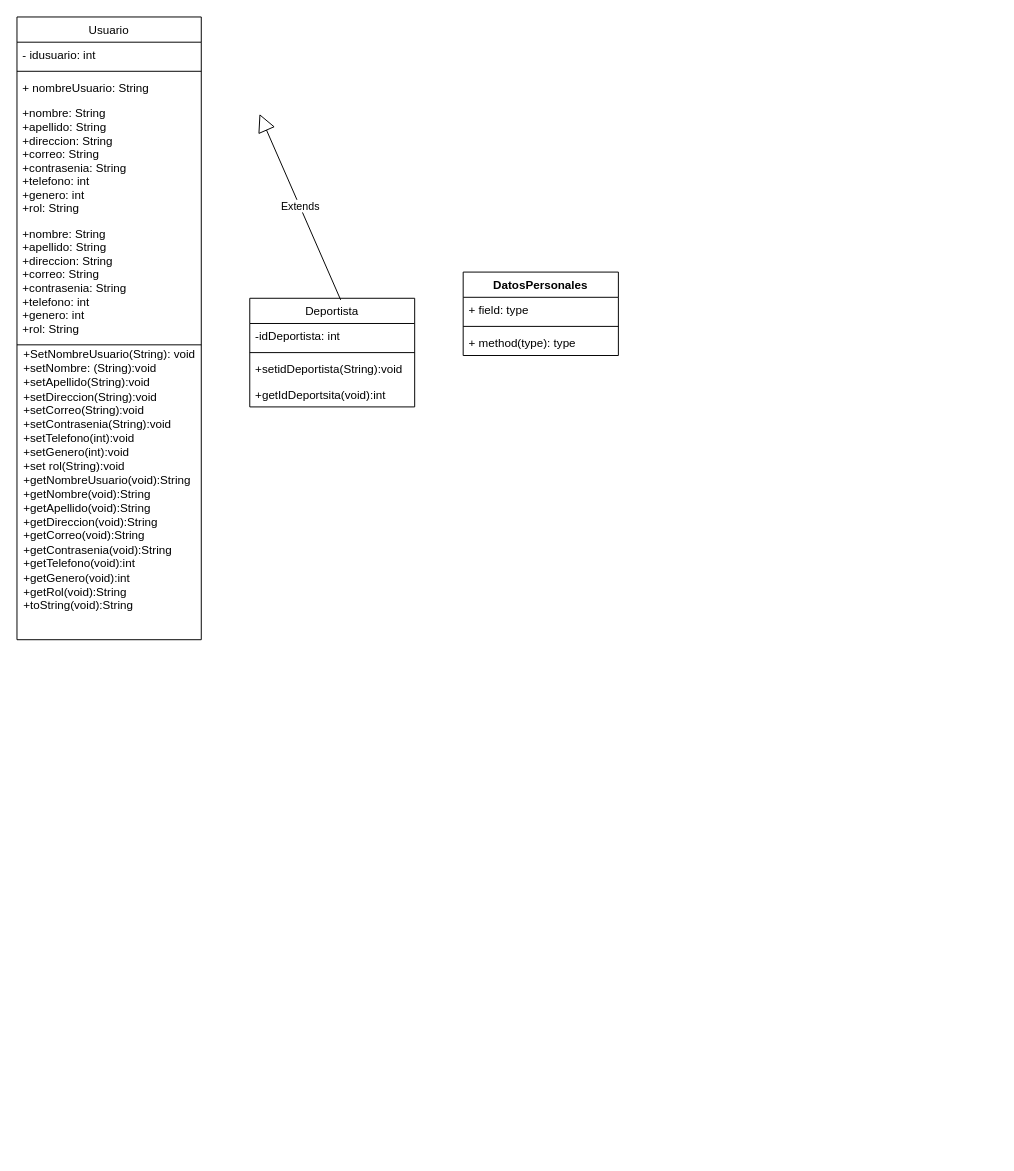
The draw.io diagram Untitled Diagram.drawio in cxrdonx/webApplication, before the edit. Source tidied: cells renumbered, new cells numbered last; positions are measured from the earlier drawing's top-left corner, leaving out a move shared by most shapes. Both pictures are drawn from the tidied source at 97%, with x=0, y=0 at pixel (16, 16).
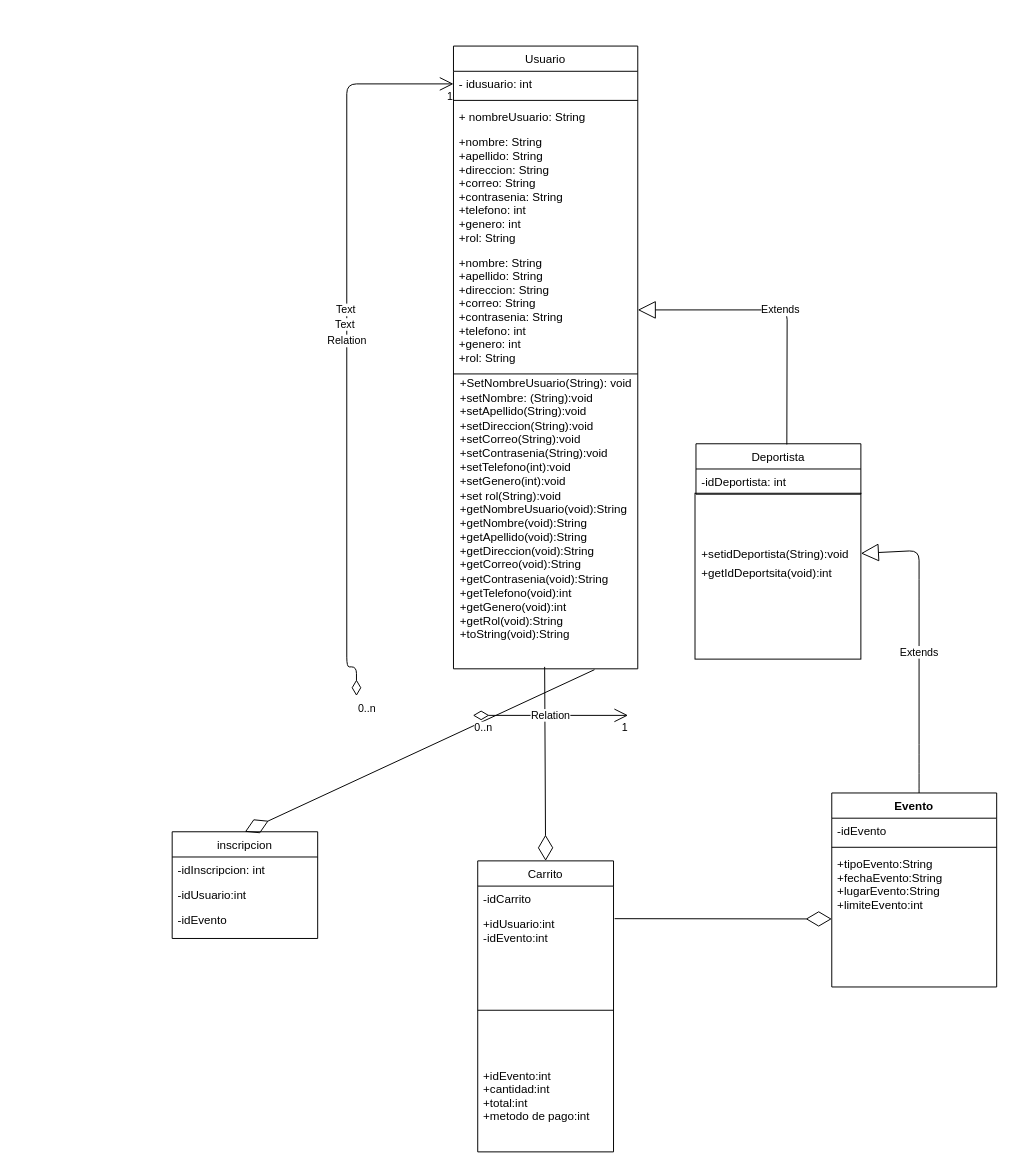
The same diagram, later.

Unchanged cells that the change refers to:
```xml
<mxCell id="4" value="- idusuario: int&#10;" style="text;strokeColor=none;fillColor=none;align=left;verticalAlign=top;spacingLeft=4;spacingRight=4;overflow=hidden;points=[[0,0.5],[1,0.5]];portConstraint=eastwest;" parent="3" vertex="1">
  <mxGeometry y="26" width="190" height="26" as="geometry" />
</mxCell>
<mxCell id="8" value="+nombre: String&#10;+apellido: String&#10;+direccion: String&#10;+correo: String&#10;+contrasenia: String&#10;+telefono: int&#10;+genero: int&#10;+rol: String&#10;&#10;" style="text;strokeColor=none;fillColor=none;align=left;verticalAlign=top;spacingLeft=4;spacingRight=4;overflow=hidden;points=[[0,0.5],[1,0.5]];portConstraint=eastwest;" parent="3" vertex="1">
  <mxGeometry y="210" width="190" height="124" as="geometry" />
</mxCell>
<mxCell id="10" value="&lt;div&gt;+SetNombreUsuario(String): void&lt;/div&gt;&lt;div align=&quot;left&quot;&gt;+setNombre: (String):void&lt;/div&gt;&lt;div align=&quot;left&quot;&gt;+setApellido(String):void&lt;/div&gt;&lt;div align=&quot;left&quot;&gt;+setDireccion(String):void&lt;/div&gt;&lt;div align=&quot;left&quot;&gt;+setCorreo(String):void&lt;/div&gt;&lt;div align=&quot;left&quot;&gt;+setContrasenia(String):void&lt;/div&gt;&lt;div align=&quot;left&quot;&gt;+setTelefono(int):void&lt;/div&gt;&lt;div align=&quot;left&quot;&gt;+setGenero(int):void&lt;/div&gt;&lt;div align=&quot;left&quot;&gt;+set rol(String):void&lt;/div&gt;&lt;div align=&quot;left&quot;&gt;+getNombreUsuario(void):String&lt;/div&gt;&lt;div align=&quot;left&quot;&gt;+getNombre(void):String&lt;/div&gt;&lt;div align=&quot;left&quot;&gt;+getApellido(void):String&lt;/div&gt;&lt;div align=&quot;left&quot;&gt;+getDireccion(void):String&lt;/div&gt;&lt;div align=&quot;left&quot;&gt;+getCorreo(void):String&lt;/div&gt;&lt;div align=&quot;left&quot;&gt;+getContrasenia(void):String&lt;/div&gt;&lt;div align=&quot;left&quot;&gt;+getTelefono(void):int&lt;/div&gt;&lt;div align=&quot;left&quot;&gt;+getGenero(void):int&lt;br&gt;&lt;/div&gt;&lt;div align=&quot;left&quot;&gt;+getRol(void):String&lt;/div&gt;&lt;div align=&quot;left&quot;&gt;+toString(void):String&lt;br&gt;&lt;/div&gt;&lt;div&gt;&lt;br&gt;&lt;/div&gt;&lt;div&gt;&lt;br&gt;&lt;/div&gt;" style="text;html=1;align=center;verticalAlign=middle;points=[];" parent="3" vertex="1">
  <mxGeometry y="342" width="190" height="300" as="geometry" />
</mxCell>
```

The edit, as a diff of the source:
```diff
@@
+    <mxCell id="20" value="Extends" style="endArrow=block;endSize=16;endFill=0;html=1;exitX=0.551;exitY=0.014;exitDx=0;exitDy=0;exitPerimeter=0;entryX=1;entryY=0.5;entryDx=0;entryDy=0;" parent="1" edge="1" source="15" target="8">
+      <mxGeometry relative="1" as="geometry">
+        <Array as="points">
+          <mxPoint x="794" y="302" />
+        </Array>
+      </mxGeometry>
+    </mxCell>
+    <mxCell id="15" value="Deportista" style="swimlane;fontStyle=0;horizontal=1;startSize=26;fillColor=none;" parent="1" vertex="1">
+      <mxGeometry x="700" y="440" width="170" height="52" as="geometry" />
+    </mxCell>
+    <mxCell id="16" value="-idDeportista: int&#10;&#10;&#10;&#10;&#10;&#10;&#10;&#10;" style="text;strokeColor=none;fillColor=none;align=left;verticalAlign=top;spacingLeft=4;spacingRight=4;overflow=hidden;" parent="15" vertex="1">
+      <mxGeometry y="26" width="170" height="26" as="geometry" />
+    </mxCell>
     <mxCell id="3" value="Usuario" style="swimlane;fontStyle=0;horizontal=1;startSize=26;fillColor=none;" parent="1" vertex="1">
-      <mxGeometry width="190" height="642" as="geometry" />
+      <mxGeometry x="450" y="30" width="190" height="642" as="geometry" />
     </mxCell>
@@
+    <mxCell id="21" value="Extends" style="endArrow=block;endSize=16;endFill=0;html=1;exitX=0.5;exitY=0;exitDx=0;exitDy=0;entryX=1;entryY=0.5;entryDx=0;entryDy=0;" parent="1" edge="1" source="11" target="18">
+      <mxGeometry relative="1" as="geometry">
+        <Array as="points">
+          <mxPoint x="930" y="810" />
+          <mxPoint x="930" y="790" />
+          <mxPoint x="930" y="760" />
+          <mxPoint x="930" y="590" />
+          <mxPoint x="930" y="550" />
+        </Array>
+      </mxGeometry>
+    </mxCell>
+    <mxCell id="19" value="+getIdDeportsita(void):int" style="text;strokeColor=none;fillColor=none;align=left;verticalAlign=top;spacingLeft=4;spacingRight=4;overflow=hidden;" parent="1" vertex="1">
+      <mxGeometry x="700" y="560" width="170" height="34" as="geometry" />
+    </mxCell>
+    <mxCell id="18" value="+setidDeportista(String):void" style="text;strokeColor=none;fillColor=none;align=left;verticalAlign=top;spacingLeft=4;spacingRight=4;overflow=hidden;points=[[0,0.5],[1,0.5]];portConstraint=eastwest;" parent="1" vertex="1">
+      <mxGeometry x="700" y="540" width="170" height="26" as="geometry" />
+    </mxCell>
+    <mxCell id="22" style="whiteSpace=wrap;html=1;fillColor=none;" parent="1" vertex="1">
+      <mxGeometry x="699" y="491" width="171" height="171" as="geometry" />
+    </mxCell>
+    <mxCell id="23" style="endArrow=diamondThin;endFill=0;endSize=24;html=1;exitX=1.008;exitY=0.158;exitDx=0;exitDy=0;exitPerimeter=0;" parent="1" edge="1" source="29" target="14">
+      <mxGeometry relative="1" as="geometry" />
+    </mxCell>
+    <mxCell id="24" style="endArrow=diamondThin;endFill=0;endSize=24;html=1;entryX=0.5;entryY=0;entryDx=0;entryDy=0;" parent="1" edge="1" target="27">
+      <mxGeometry relative="1" as="geometry">
+        <mxPoint x="544" y="670" as="sourcePoint" />
+      </mxGeometry>
+    </mxCell>
-    <mxCell id="11" value="DatosPersonales" style="swimlane;fontStyle=1;align=center;verticalAlign=top;horizontal=1;startSize=26;" parent="1" vertex="1">
-      <mxGeometry x="460" y="263" width="160" height="86" as="geometry" />
+    <mxCell id="11" value="Evento" style="swimlane;fontStyle=1;align=center;verticalAlign=top;horizontal=1;startSize=26;" parent="1" vertex="1">
+      <mxGeometry x="840" y="800" width="170" height="200" as="geometry" />
     </mxCell>
-    <mxCell id="12" value="+ field: type" style="text;strokeColor=none;fillColor=none;align=left;verticalAlign=top;spacingLeft=4;spacingRight=4;overflow=hidden;" parent="11" vertex="1">
-      <mxGeometry y="26" width="160" height="26" as="geometry" />
+    <mxCell id="12" value="-idEvento" style="text;strokeColor=none;fillColor=none;align=left;verticalAlign=top;spacingLeft=4;spacingRight=4;overflow=hidden;" parent="11" vertex="1">
+      <mxGeometry y="26" width="170" height="26" as="geometry" />
     </mxCell>
     <mxCell id="13" style="line;strokeWidth=1;fillColor=none;align=left;verticalAlign=middle;spacingTop=-1;spacingLeft=3;spacingRight=3;labelPosition=right;" parent="11" vertex="1">
-      <mxGeometry y="52" width="160" height="8" as="geometry" />
+      <mxGeometry y="52" width="170" height="8" as="geometry" />
     </mxCell>
-    <mxCell id="14" value="+ method(type): type" style="text;strokeColor=none;fillColor=none;align=left;verticalAlign=top;spacingLeft=4;spacingRight=4;overflow=hidden;points=[[0,0.5],[1,0.5]];portConstraint=eastwest;" parent="11" vertex="1">
-      <mxGeometry y="60" width="160" height="26" as="geometry" />
+    <mxCell id="14" value="+tipoEvento:String&#10;+fechaEvento:String&#10;+lugarEvento:String&#10;+limiteEvento:int&#10;&#10;" style="text;strokeColor=none;fillColor=none;align=left;verticalAlign=top;spacingLeft=4;spacingRight=4;overflow=hidden;points=[[0,0.5],[1,0.5]];portConstraint=eastwest;" parent="11" vertex="1">
+      <mxGeometry y="60" width="170" height="140" as="geometry" />
     </mxCell>
-    <mxCell id="15" value="Deportista" style="swimlane;fontStyle=0;horizontal=1;startSize=26;fillColor=none;" parent="1" vertex="1">
-      <mxGeometry x="240" y="290" width="170" height="112" as="geometry" />
-    </mxCell>
-    <mxCell id="16" value="-idDeportista: int" style="text;strokeColor=none;fillColor=none;align=left;verticalAlign=top;spacingLeft=4;spacingRight=4;overflow=hidden;" parent="15" vertex="1">
-      <mxGeometry y="26" width="170" height="26" as="geometry" />
-    </mxCell>
-    <mxCell id="17" style="line;strokeWidth=1;fillColor=none;align=left;verticalAlign=middle;spacingTop=-1;spacingLeft=3;spacingRight=3;labelPosition=right;" parent="15" vertex="1">
-      <mxGeometry y="52" width="170" height="8" as="geometry" />
-    </mxCell>
-    <mxCell id="18" value="+setidDeportista(String):void" style="text;strokeColor=none;fillColor=none;align=left;verticalAlign=top;spacingLeft=4;spacingRight=4;overflow=hidden;points=[[0,0.5],[1,0.5]];portConstraint=eastwest;" parent="15" vertex="1">
-      <mxGeometry y="60" width="170" height="26" as="geometry" />
-    </mxCell>
-    <mxCell id="19" value="+getIdDeportsita(void):int" style="text;strokeColor=none;fillColor=none;align=left;verticalAlign=top;spacingLeft=4;spacingRight=4;overflow=hidden;" parent="15" vertex="1">
-      <mxGeometry y="86" width="170" height="26" as="geometry" />
-    </mxCell>
-    <mxCell id="20" value="Extends" style="endArrow=block;endSize=16;endFill=0;html=1;exitX=0.551;exitY=0.014;exitDx=0;exitDy=0;exitPerimeter=0;" parent="1" edge="1" source="15">
-      <mxGeometry relative="1" as="geometry">
-        <mxPoint x="250" y="100" as="targetPoint" />
-      </mxGeometry>
-    </mxCell>
+    <mxCell id="25" style="rounded=0;whiteSpace=wrap;html=1;fillColor=none;" parent="1" vertex="1">
+      <mxGeometry x="230" y="830" width="150" as="geometry" />
+    </mxCell>
+    <mxCell id="26" style="endArrow=diamondThin;endFill=0;endSize=24;html=1;entryX=0.5;entryY=0;entryDx=0;entryDy=0;exitX=0.765;exitY=1.003;exitDx=0;exitDy=0;exitPerimeter=0;" parent="1" edge="1" source="10" target="32">
+      <mxGeometry relative="1" as="geometry" />
+    </mxCell>
+    <mxCell id="27" value="Carrito" style="swimlane;fontStyle=0;horizontal=1;startSize=26;fillColor=none;" parent="1" vertex="1">
+      <mxGeometry x="475" y="870" width="140" height="300" as="geometry" />
+    </mxCell>
+    <mxCell id="28" value="-idCarrito" style="text;strokeColor=none;fillColor=none;align=left;verticalAlign=top;spacingLeft=4;spacingRight=4;overflow=hidden;" parent="27" vertex="1">
+      <mxGeometry y="26" width="140" height="26" as="geometry" />
+    </mxCell>
+    <mxCell id="29" value="+idUsuario:int&#10;-idEvento:int&#10;" style="text;strokeColor=none;fillColor=none;align=left;verticalAlign=top;spacingLeft=4;spacingRight=4;overflow=hidden;points=[[0,0.5],[1,0.5]];portConstraint=eastwest;" parent="27" vertex="1">
+      <mxGeometry y="52" width="140" height="48" as="geometry" />
+    </mxCell>
+    <mxCell id="30" style="line;strokeWidth=1;fillColor=none;align=left;verticalAlign=middle;spacingTop=-1;spacingLeft=3;spacingRight=3;labelPosition=right;" parent="27" vertex="1">
+      <mxGeometry y="100" width="140" height="108" as="geometry" />
+    </mxCell>
+    <mxCell id="31" value="+idEvento:int&#10;+cantidad:int&#10;+total:int&#10;+metodo de pago:int&#10;" style="text;strokeColor=none;fillColor=none;align=left;verticalAlign=top;spacingLeft=4;spacingRight=4;overflow=hidden;" parent="27" vertex="1">
+      <mxGeometry y="208" width="140" height="92" as="geometry" />
+    </mxCell>
+    <mxCell id="32" value="inscripcion " style="swimlane;fontStyle=0;horizontal=1;startSize=26;fillColor=none;" parent="1" vertex="1">
+      <mxGeometry x="160" y="840" width="150" height="110" as="geometry" />
+    </mxCell>
+    <mxCell id="33" value="-idInscripcion: int" style="text;strokeColor=none;fillColor=none;align=left;verticalAlign=top;spacingLeft=4;spacingRight=4;overflow=hidden;" parent="32" vertex="1">
+      <mxGeometry y="26" width="150" height="26" as="geometry" />
+    </mxCell>
+    <mxCell id="34" value="-idUsuario:int" style="text;strokeColor=none;fillColor=none;align=left;verticalAlign=top;spacingLeft=4;spacingRight=4;overflow=hidden;" parent="32" vertex="1">
+      <mxGeometry y="52" width="150" height="26" as="geometry" />
+    </mxCell>
+    <mxCell id="35" value="-idEvento" style="text;strokeColor=none;fillColor=none;align=left;verticalAlign=top;spacingLeft=4;spacingRight=4;overflow=hidden;" parent="32" vertex="1">
+      <mxGeometry y="78" width="150" height="32" as="geometry" />
+    </mxCell>
+    <mxCell id="36" value="Relation" style="endArrow=open;html=1;endSize=12;startArrow=diamondThin;startSize=14;startFill=0;edgeStyle=orthogonalEdgeStyle;" parent="1" edge="1">
+      <mxGeometry relative="1" as="geometry">
+        <mxPoint x="470" y="720" as="sourcePoint" />
+        <mxPoint x="630" y="720" as="targetPoint" />
+      </mxGeometry>
+    </mxCell>
+    <mxCell id="37" value="0..n" style="edgeLabel;html=1;align=left;verticalAlign=top;" parent="36" vertex="1">
+      <mxGeometry x="-1" relative="1" as="geometry" />
+    </mxCell>
+    <mxCell id="38" value="1" style="edgeLabel;html=1;align=right;verticalAlign=top;" parent="36" vertex="1">
+      <mxGeometry x="1" relative="1" as="geometry" />
+    </mxCell>
+    <mxCell id="39" value="Relation" style="endArrow=open;html=1;endSize=12;startArrow=diamondThin;startSize=14;startFill=0;edgeStyle=orthogonalEdgeStyle;entryX=0;entryY=0.5;entryDx=0;entryDy=0;" parent="1" edge="1" target="4">
+      <mxGeometry relative="1" as="geometry">
+        <mxPoint x="350" y="700" as="sourcePoint" />
+        <Array as="points">
+          <mxPoint x="350" y="670" />
+          <mxPoint x="340" y="670" />
+          <mxPoint x="340" y="69" />
+        </Array>
+      </mxGeometry>
+    </mxCell>
+    <mxCell id="40" value="0..n" style="edgeLabel;html=1;align=left;verticalAlign=top;" parent="39" vertex="1">
+      <mxGeometry x="-1" relative="1" as="geometry" />
+    </mxCell>
+    <mxCell id="41" value="1" style="edgeLabel;html=1;align=right;verticalAlign=top;" parent="39" vertex="1">
+      <mxGeometry x="1" relative="1" as="geometry" />
+    </mxCell>
+    <mxCell id="42" value="Text" style="edgeLabel;html=1;align=center;verticalAlign=middle;" parent="39" vertex="1">
+      <mxGeometry x="0.09" y="2" relative="1" as="geometry" />
+    </mxCell>
+    <mxCell id="43" value="Text" style="edgeLabel;html=1;align=center;verticalAlign=middle;" parent="39" vertex="1">
+      <mxGeometry x="0.05" y="3" relative="1" as="geometry" />
+    </mxCell>
```
